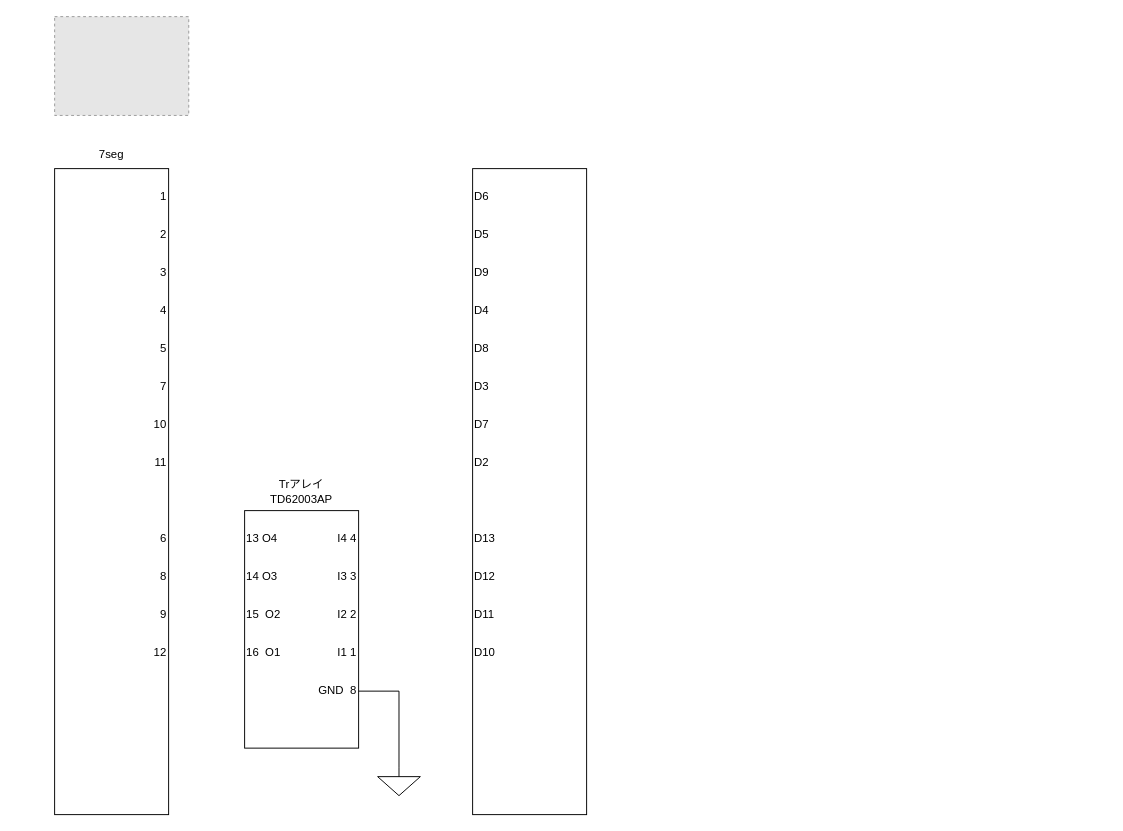
The draw.io diagram 精密温度計.drawio in sugn74/profile, before the edit. Source tidied: cells renumbered, new cells numbered last; positions are measured from the earlier drawing's top-left corner, leaving out a move shared by most shapes. Both pictures are drawn from the tidied source at 95%, with x=0, y=0 at pixel (54, 16). Pictures stored in the file or linked from it are replaced by grey dashed boxes.
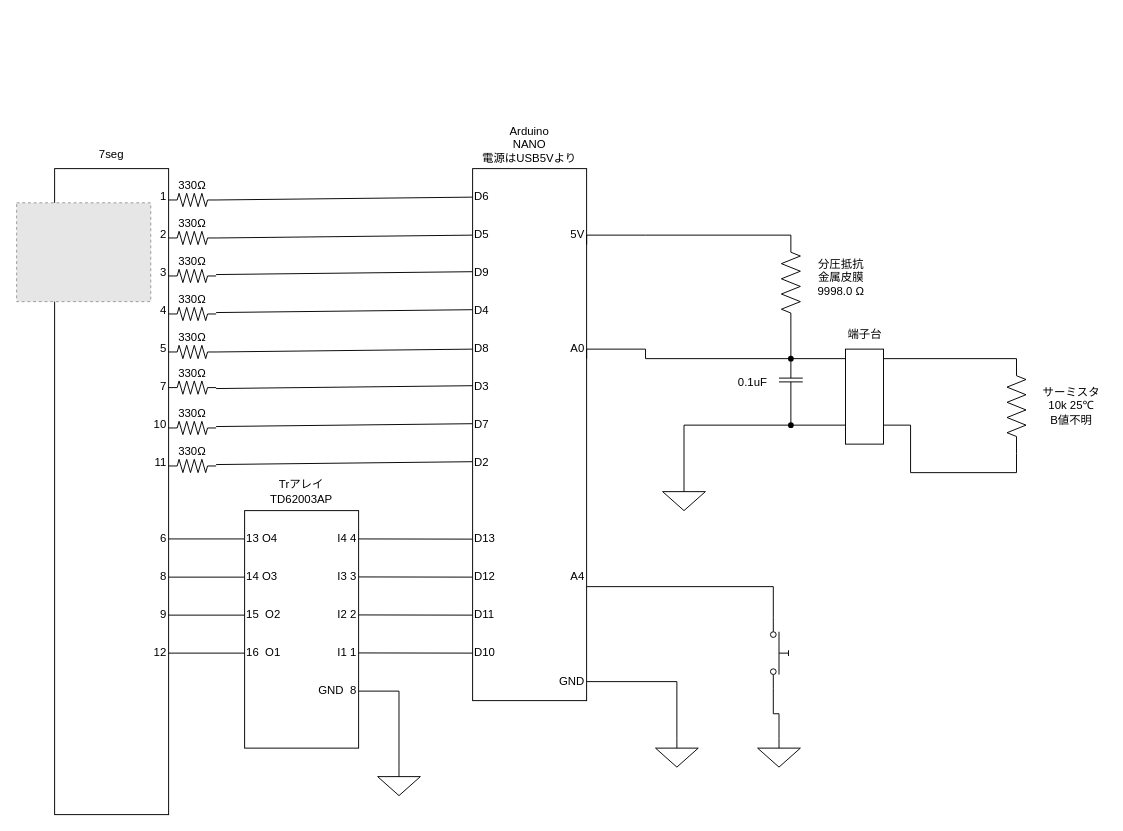
The same page after the edit.

Commit message (it also covers changes not shown here):
精密温度計.drawio を更新

Unchanged cells that the change refers to:
```xml
<mxCell id="10" value="8" style="text;html=1;whiteSpace=wrap;strokeColor=none;fillColor=none;align=right;verticalAlign=middle;rounded=0;" parent="1" vertex="1">
  <mxGeometry x="60" y="580" width="60" height="20" as="geometry" />
</mxCell>
<mxCell id="11" value="9" style="text;html=1;whiteSpace=wrap;strokeColor=none;fillColor=none;align=right;verticalAlign=middle;rounded=0;" parent="1" vertex="1">
  <mxGeometry x="60" y="620" width="60" height="20" as="geometry" />
</mxCell>
<mxCell id="14" value="12" style="text;html=1;whiteSpace=wrap;strokeColor=none;fillColor=none;align=right;verticalAlign=middle;rounded=0;" parent="1" vertex="1">
  <mxGeometry x="60" y="660" width="60" height="20" as="geometry" />
</mxCell>
<mxCell id="18" value="D6" style="text;html=1;whiteSpace=wrap;strokeColor=none;fillColor=none;align=left;verticalAlign=middle;rounded=0;" parent="1" vertex="1">
  <mxGeometry x="440" y="180" width="60" height="20" as="geometry" />
</mxCell>
<mxCell id="22" value="D8" style="text;html=1;whiteSpace=wrap;strokeColor=none;fillColor=none;align=left;verticalAlign=middle;rounded=0;" parent="1" vertex="1">
  <mxGeometry x="440" y="340" width="60" height="20" as="geometry" />
</mxCell>
<mxCell id="23" value="D13" style="text;html=1;whiteSpace=wrap;strokeColor=none;fillColor=none;align=left;verticalAlign=middle;rounded=0;" parent="1" vertex="1">
  <mxGeometry x="440" y="540" width="60" height="20" as="geometry" />
</mxCell>
<mxCell id="32" value="16&amp;nbsp; O1" style="text;html=1;whiteSpace=wrap;strokeColor=none;fillColor=none;align=left;verticalAlign=middle;rounded=0;" parent="1" vertex="1">
  <mxGeometry x="200" y="660" width="60" height="20" as="geometry" />
</mxCell>
<mxCell id="34" value="15&amp;nbsp; O2" style="text;html=1;whiteSpace=wrap;strokeColor=none;fillColor=none;align=left;verticalAlign=middle;rounded=0;" parent="1" vertex="1">
  <mxGeometry x="200" y="620" width="60" height="20" as="geometry" />
</mxCell>
<mxCell id="36" value="14 O3" style="text;html=1;whiteSpace=wrap;strokeColor=none;fillColor=none;align=left;verticalAlign=middle;rounded=0;" parent="1" vertex="1">
  <mxGeometry x="200" y="580" width="60" height="20" as="geometry" />
</mxCell>
```

The edit, as a diff of the source:
```diff
@@
     <mxCell id="15" style="fillColor=#E6E6E6;strokeColor=#999999;dashed=1;verticalLabelPosition=bottom;verticalAlign=top;" parent="1" vertex="1">
-      <mxGeometry width="141.2" height="104" as="geometry" />
+      <mxGeometry x="-40" y="196" width="141.2" height="104" as="geometry" />
     </mxCell>
@@
     <mxCell id="17" style="rounded=0;whiteSpace=wrap;html=1;align=left;" parent="1" vertex="1">
-      <mxGeometry x="440" y="160" width="120" height="680" as="geometry" />
+      <mxGeometry x="440" y="160" width="120" height="560" as="geometry" />
     </mxCell>
@@
+    <mxCell id="43" value="A0" style="text;html=1;whiteSpace=wrap;strokeColor=none;fillColor=none;align=right;verticalAlign=middle;rounded=0;" parent="1" vertex="1">
+      <mxGeometry x="500" y="340" width="60" height="20" as="geometry" />
+    </mxCell>
+    <mxCell id="44" style="verticalLabelPosition=bottom;shadow=0;dashed=0;align=center;html=1;verticalAlign=top;shape=mxgraph.electrical.signal_sources.signal_ground;" parent="1" vertex="1">
+      <mxGeometry x="640" y="490" width="45" height="30" as="geometry" />
+    </mxCell>
+    <mxCell id="45" value="5V" style="text;html=1;whiteSpace=wrap;strokeColor=none;fillColor=none;align=right;verticalAlign=middle;rounded=0;" parent="1" vertex="1">
+      <mxGeometry x="500" y="220" width="60" height="20" as="geometry" />
+    </mxCell>
+    <mxCell id="46" style="verticalLabelPosition=bottom;shadow=0;dashed=0;align=center;html=1;verticalAlign=top;shape=mxgraph.electrical.resistors.resistor_2;direction=south;" parent="1" vertex="1">
+      <mxGeometry x="1002.5" y="360" width="20" height="100" as="geometry" />
+    </mxCell>
+    <mxCell id="47" style="edgeStyle=orthogonalEdgeStyle;rounded=0;jettySize=auto;html=1;exitX=1;exitY=0.5;exitDx=0;exitDy=0;entryX=0;entryY=0.5;entryDx=0;entryDy=0;entryPerimeter=0;endArrow=none;endFill=0;" parent="1" edge="1" target="46">
+      <mxGeometry relative="1" as="geometry">
+        <mxPoint x="560" y="360" as="sourcePoint" />
+        <Array as="points">
+          <mxPoint x="560" y="350" />
+          <mxPoint x="622" y="350" />
+        </Array>
+      </mxGeometry>
+    </mxCell>
+    <mxCell id="48" style="verticalLabelPosition=bottom;shadow=0;dashed=0;align=center;html=1;verticalAlign=top;shape=mxgraph.electrical.resistors.resistor_2;direction=south;" parent="1" vertex="1">
+      <mxGeometry x="765" y="230" width="20" height="100" as="geometry" />
+    </mxCell>
+    <mxCell id="49" style="edgeStyle=orthogonalEdgeStyle;rounded=0;jettySize=auto;html=1;exitX=1;exitY=0.5;exitDx=0;exitDy=0;endArrow=none;endFill=0;entryX=0;entryY=0.5;entryDx=0;entryDy=0;entryPerimeter=0;" parent="1" edge="1" target="48">
+      <mxGeometry relative="1" as="geometry">
+        <mxPoint x="560" y="240" as="sourcePoint" />
+        <Array as="points">
+          <mxPoint x="560" y="230" />
+          <mxPoint x="622" y="230" />
+        </Array>
+      </mxGeometry>
+    </mxCell>
+    <mxCell id="50" value="&lt;div&gt;分圧抵抗&lt;/div&gt;&lt;div&gt;金属皮膜&lt;/div&gt;&lt;div&gt;9998.0 Ω&lt;/div&gt;" style="text;html=1;whiteSpace=wrap;strokeColor=none;fillColor=none;align=center;verticalAlign=middle;rounded=0;" parent="1" vertex="1">
+      <mxGeometry x="797.5" y="260" width="60" height="30" as="geometry" />
+    </mxCell>
+    <mxCell id="51" value="&lt;div&gt;サーミスタ&lt;/div&gt;&lt;div&gt;10k 25℃&lt;/div&gt;&lt;div&gt;B値不明&lt;/div&gt;" style="text;html=1;whiteSpace=wrap;strokeColor=none;fillColor=none;align=center;verticalAlign=middle;rounded=0;" parent="1" vertex="1">
+      <mxGeometry x="1032.5" y="395" width="75" height="30" as="geometry" />
+    </mxCell>
+    <mxCell id="52" value="A4" style="text;html=1;whiteSpace=wrap;strokeColor=none;fillColor=none;align=right;verticalAlign=middle;rounded=0;" parent="1" vertex="1">
+      <mxGeometry x="500" y="580" width="60" height="20" as="geometry" />
+    </mxCell>
+    <mxCell id="53" style="verticalLabelPosition=bottom;shadow=0;dashed=0;align=center;html=1;verticalAlign=top;shape=mxgraph.electrical.signal_sources.signal_ground;" parent="1" vertex="1">
+      <mxGeometry x="740" y="760" width="45" height="30" as="geometry" />
+    </mxCell>
+    <mxCell id="54" style="html=1;shape=mxgraph.electrical.electro-mechanical.pushbutton;elSwitchState=off;direction=south;" parent="1" vertex="1">
+      <mxGeometry x="752.5" y="632.5" width="20" height="75" as="geometry" />
+    </mxCell>
+    <mxCell id="55" style="rounded=0;jettySize=auto;html=1;entryX=1;entryY=1;entryDx=0;entryDy=0;edgeStyle=orthogonalEdgeStyle;endArrow=none;endFill=0;exitX=0;exitY=0.8;exitDx=0;exitDy=0;" parent="1" edge="1" source="54" target="52">
+      <mxGeometry relative="1" as="geometry">
+        <Array as="points">
+          <mxPoint x="757" y="600" />
+        </Array>
+      </mxGeometry>
+    </mxCell>
+    <mxCell id="56" style="edgeStyle=orthogonalEdgeStyle;rounded=0;jettySize=auto;html=1;exitX=1;exitY=0.8;exitDx=0;exitDy=0;entryX=0.5;entryY=0;entryDx=0;entryDy=0;entryPerimeter=0;endArrow=none;endFill=0;" parent="1" edge="1" source="54" target="53">
+      <mxGeometry relative="1" as="geometry" />
+    </mxCell>
+    <mxCell id="57" value="&lt;div&gt;Arduino&lt;/div&gt;&lt;div&gt;NANO&lt;/div&gt;&lt;div&gt;電源はUSB5Vより&lt;/div&gt;" style="text;html=1;whiteSpace=wrap;strokeColor=none;fillColor=none;align=center;verticalAlign=middle;rounded=0;" parent="1" vertex="1">
+      <mxGeometry x="440" y="120" width="120" height="30" as="geometry" />
+    </mxCell>
+    <mxCell id="58" style="endArrow=none;html=1;rounded=0;exitX=1;exitY=0.5;exitDx=0;exitDy=0;entryX=0;entryY=0.5;entryDx=0;entryDy=0;" parent="1" edge="1" source="14" target="32">
+      <mxGeometry relative="1" as="geometry" />
+    </mxCell>
+    <mxCell id="59" style="endArrow=none;html=1;rounded=0;exitX=1;exitY=0.5;exitDx=0;exitDy=0;entryX=0;entryY=0.5;entryDx=0;entryDy=0;" parent="1" edge="1" source="11" target="34">
+      <mxGeometry relative="1" as="geometry" />
+    </mxCell>
+    <mxCell id="60" style="endArrow=none;html=1;rounded=0;exitX=1;exitY=0.5;exitDx=0;exitDy=0;entryX=0;entryY=0.5;entryDx=0;entryDy=0;" parent="1" edge="1" source="10" target="36">
+      <mxGeometry relative="1" as="geometry" />
+    </mxCell>
+    <mxCell id="61" style="endArrow=none;html=1;rounded=0;exitX=1;exitY=0.5;exitDx=0;exitDy=0;entryX=0;entryY=0.5;entryDx=0;entryDy=0;" parent="1" edge="1">
+      <mxGeometry relative="1" as="geometry">
+        <mxPoint x="120" y="549.8" as="sourcePoint" />
+        <mxPoint x="200" y="549.8" as="targetPoint" />
+      </mxGeometry>
+    </mxCell>
+    <mxCell id="62" style="endArrow=none;html=1;rounded=0;exitX=1;exitY=0.5;exitDx=0;exitDy=0;entryX=0;entryY=0.5;entryDx=0;entryDy=0;" parent="1" edge="1" target="23">
+      <mxGeometry relative="1" as="geometry">
+        <mxPoint x="320" y="549.8" as="sourcePoint" />
+      </mxGeometry>
+    </mxCell>
+    <mxCell id="63" style="endArrow=none;html=1;rounded=0;exitX=1;exitY=0.5;exitDx=0;exitDy=0;entryX=0;entryY=0.5;entryDx=0;entryDy=0;" parent="1" edge="1">
+      <mxGeometry relative="1" as="geometry">
+        <mxPoint x="320" y="589.8" as="sourcePoint" />
+        <mxPoint x="440" y="590" as="targetPoint" />
+      </mxGeometry>
+    </mxCell>
+    <mxCell id="64" style="endArrow=none;html=1;rounded=0;exitX=1;exitY=0.5;exitDx=0;exitDy=0;entryX=0;entryY=0.5;entryDx=0;entryDy=0;" parent="1" edge="1">
+      <mxGeometry relative="1" as="geometry">
+        <mxPoint x="320" y="629.8" as="sourcePoint" />
+        <mxPoint x="440" y="630" as="targetPoint" />
+      </mxGeometry>
+    </mxCell>
+    <mxCell id="65" style="endArrow=none;html=1;rounded=0;exitX=1;exitY=0.5;exitDx=0;exitDy=0;entryX=0;entryY=0.5;entryDx=0;entryDy=0;" parent="1" edge="1">
+      <mxGeometry relative="1" as="geometry">
+        <mxPoint x="320" y="669.8" as="sourcePoint" />
+        <mxPoint x="440" y="670" as="targetPoint" />
+      </mxGeometry>
+    </mxCell>
+    <mxCell id="66" value="GND" style="text;html=1;whiteSpace=wrap;strokeColor=none;fillColor=none;align=right;verticalAlign=middle;rounded=0;" parent="1" vertex="1">
+      <mxGeometry x="500" y="690" width="60" height="20" as="geometry" />
+    </mxCell>
+    <mxCell id="67" style="verticalLabelPosition=bottom;shadow=0;dashed=0;align=center;html=1;verticalAlign=top;shape=mxgraph.electrical.signal_sources.signal_ground;" parent="1" vertex="1">
+      <mxGeometry x="632.5" y="760" width="45" height="30" as="geometry" />
+    </mxCell>
+    <mxCell id="68" style="endArrow=none;html=1;rounded=0;entryX=0.5;entryY=0;entryDx=0;entryDy=0;entryPerimeter=0;exitX=1;exitY=0.5;exitDx=0;exitDy=0;" parent="1" edge="1" source="66" target="67">
+      <mxGeometry relative="1" as="geometry">
+        <Array as="points">
+          <mxPoint x="655" y="700" />
+        </Array>
+      </mxGeometry>
+    </mxCell>
+    <mxCell id="69" style="edgeStyle=orthogonalEdgeStyle;rounded=0;jettySize=auto;html=1;exitX=0.5;exitY=0;exitDx=0;exitDy=0;exitPerimeter=0;entryX=1;entryY=0.5;entryDx=0;entryDy=0;entryPerimeter=0;endArrow=none;endFill=0;" parent="1" edge="1" source="44" target="46">
+      <mxGeometry relative="1" as="geometry">
+        <Array as="points">
+          <mxPoint x="663" y="430" />
+          <mxPoint x="901" y="430" />
+          <mxPoint x="901" y="480" />
+          <mxPoint x="1013" y="480" />
+        </Array>
+      </mxGeometry>
+    </mxCell>
+    <mxCell id="70" style="rounded=0;whiteSpace=wrap;html=1;" parent="1" vertex="1">
+      <mxGeometry x="832.5" y="350" width="40" height="100" as="geometry" />
+    </mxCell>
+    <mxCell id="71" value="端子台" style="text;html=1;whiteSpace=wrap;strokeColor=none;fillColor=none;align=center;verticalAlign=middle;rounded=0;" parent="1" vertex="1">
+      <mxGeometry x="822.5" y="320" width="60" height="30" as="geometry" />
+    </mxCell>
+    <mxCell id="72" style="verticalLabelPosition=bottom;shadow=0;dashed=0;align=center;html=1;verticalAlign=top;shape=mxgraph.electrical.capacitors.capacitor_1;rotation=90;" parent="1" vertex="1">
+      <mxGeometry x="755" y="370" width="40" height="25" as="geometry" />
+    </mxCell>
+    <mxCell id="73" style="endArrow=none;html=1;rounded=0;entryX=1;entryY=0.5;entryDx=0;entryDy=0;entryPerimeter=0;" parent="1" edge="1" source="75" target="48">
+      <mxGeometry relative="1" as="geometry" />
+    </mxCell>
+    <mxCell id="74" style="endArrow=none;html=1;rounded=0;entryDx=0;entryDy=0;entryPerimeter=0;" parent="1" edge="1" target="75">
+      <mxGeometry relative="1" as="geometry">
+        <mxPoint x="775" y="360" as="sourcePoint" />
+      </mxGeometry>
+    </mxCell>
+    <mxCell id="75" style="shape=waypoint;sketch=0;size=6;points=[];fillColor=none;perimeter=centerPerimeter;snapToPoint=1;" parent="1" vertex="1">
+      <mxGeometry x="765" y="350" width="20" height="20" as="geometry" />
+    </mxCell>
+    <mxCell id="76" style="shape=waypoint;sketch=0;size=6;points=[];fillColor=none;perimeter=centerPerimeter;snapToPoint=1;" parent="1" vertex="1">
+      <mxGeometry x="765" y="420" width="20" height="20" as="geometry" />
+    </mxCell>
+    <mxCell id="77" style="endArrow=none;html=1;rounded=0;entryX=1;entryY=0.5;entryDx=0;entryDy=0;entryPerimeter=0;" parent="1" edge="1" source="76" target="72">
+      <mxGeometry relative="1" as="geometry" />
+    </mxCell>
+    <mxCell id="78" value="0.1uF" style="text;html=1;whiteSpace=wrap;strokeColor=none;fillColor=none;align=center;verticalAlign=middle;rounded=0;" parent="1" vertex="1">
+      <mxGeometry x="705" y="370" width="60" height="30" as="geometry" />
+    </mxCell>
+    <mxCell id="79" style="verticalLabelPosition=bottom;shadow=0;dashed=0;align=center;html=1;verticalAlign=top;shape=mxgraph.electrical.resistors.resistor_2;" parent="1" vertex="1">
+      <mxGeometry x="120" y="186" width="50" height="14" as="geometry" />
+    </mxCell>
+    <mxCell id="80" value="330Ω" style="text;html=1;whiteSpace=wrap;strokeColor=none;fillColor=none;align=center;verticalAlign=middle;rounded=0;" parent="1" vertex="1">
+      <mxGeometry x="120" y="170" width="50" height="16" as="geometry" />
+    </mxCell>
+    <mxCell id="81" style="verticalLabelPosition=bottom;shadow=0;dashed=0;align=center;html=1;verticalAlign=top;shape=mxgraph.electrical.resistors.resistor_2;" parent="1" vertex="1">
+      <mxGeometry x="120" y="226" width="50" height="14" as="geometry" />
+    </mxCell>
+    <mxCell id="82" value="330Ω" style="text;html=1;whiteSpace=wrap;strokeColor=none;fillColor=none;align=center;verticalAlign=middle;rounded=0;" parent="1" vertex="1">
+      <mxGeometry x="120" y="210" width="50" height="16" as="geometry" />
+    </mxCell>
+    <mxCell id="83" style="verticalLabelPosition=bottom;shadow=0;dashed=0;align=center;html=1;verticalAlign=top;shape=mxgraph.electrical.resistors.resistor_2;" parent="1" vertex="1">
+      <mxGeometry x="120" y="266" width="50" height="14" as="geometry" />
+    </mxCell>
+    <mxCell id="84" value="330Ω" style="text;html=1;whiteSpace=wrap;strokeColor=none;fillColor=none;align=center;verticalAlign=middle;rounded=0;" parent="1" vertex="1">
+      <mxGeometry x="120" y="250" width="50" height="16" as="geometry" />
+    </mxCell>
+    <mxCell id="85" style="verticalLabelPosition=bottom;shadow=0;dashed=0;align=center;html=1;verticalAlign=top;shape=mxgraph.electrical.resistors.resistor_2;" parent="1" vertex="1">
+      <mxGeometry x="120" y="306" width="50" height="14" as="geometry" />
+    </mxCell>
+    <mxCell id="86" value="330Ω" style="text;html=1;whiteSpace=wrap;strokeColor=none;fillColor=none;align=center;verticalAlign=middle;rounded=0;" parent="1" vertex="1">
+      <mxGeometry x="120" y="290" width="50" height="16" as="geometry" />
+    </mxCell>
+    <mxCell id="87" style="verticalLabelPosition=bottom;shadow=0;dashed=0;align=center;html=1;verticalAlign=top;shape=mxgraph.electrical.resistors.resistor_2;" parent="1" vertex="1">
+      <mxGeometry x="120" y="346" width="50" height="14" as="geometry" />
+    </mxCell>
+    <mxCell id="88" value="330Ω" style="text;html=1;whiteSpace=wrap;strokeColor=none;fillColor=none;align=center;verticalAlign=middle;rounded=0;" parent="1" vertex="1">
+      <mxGeometry x="120" y="330" width="50" height="16" as="geometry" />
+    </mxCell>
+    <mxCell id="89" style="verticalLabelPosition=bottom;shadow=0;dashed=0;align=center;html=1;verticalAlign=top;shape=mxgraph.electrical.resistors.resistor_2;" parent="1" vertex="1">
+      <mxGeometry x="120" y="383.5" width="50" height="14" as="geometry" />
+    </mxCell>
+    <mxCell id="90" value="330Ω" style="text;html=1;whiteSpace=wrap;strokeColor=none;fillColor=none;align=center;verticalAlign=middle;rounded=0;" parent="1" vertex="1">
+      <mxGeometry x="120" y="367.5" width="50" height="16" as="geometry" />
+    </mxCell>
+    <mxCell id="91" style="verticalLabelPosition=bottom;shadow=0;dashed=0;align=center;html=1;verticalAlign=top;shape=mxgraph.electrical.resistors.resistor_2;" parent="1" vertex="1">
+      <mxGeometry x="120" y="426" width="50" height="14" as="geometry" />
+    </mxCell>
+    <mxCell id="92" value="330Ω" style="text;html=1;whiteSpace=wrap;strokeColor=none;fillColor=none;align=center;verticalAlign=middle;rounded=0;" parent="1" vertex="1">
+      <mxGeometry x="120" y="410" width="50" height="16" as="geometry" />
+    </mxCell>
+    <mxCell id="93" style="verticalLabelPosition=bottom;shadow=0;dashed=0;align=center;html=1;verticalAlign=top;shape=mxgraph.electrical.resistors.resistor_2;" parent="1" vertex="1">
+      <mxGeometry x="120" y="466" width="50" height="14" as="geometry" />
+    </mxCell>
+    <mxCell id="94" value="330Ω" style="text;html=1;whiteSpace=wrap;strokeColor=none;fillColor=none;align=center;verticalAlign=middle;rounded=0;" parent="1" vertex="1">
+      <mxGeometry x="120" y="450" width="50" height="16" as="geometry" />
+    </mxCell>
+    <mxCell id="95" style="endArrow=none;html=1;rounded=0;exitX=1;exitY=0.5;exitDx=0;exitDy=0;exitPerimeter=0;entryX=0;entryY=0.5;entryDx=0;entryDy=0;" parent="1" edge="1" source="79" target="18">
+      <mxGeometry relative="1" as="geometry" />
+    </mxCell>
+    <mxCell id="96" style="endArrow=none;html=1;rounded=0;exitX=1;exitY=0.5;exitDx=0;exitDy=0;exitPerimeter=0;entryX=0;entryY=0.5;entryDx=0;entryDy=0;" parent="1" edge="1">
+      <mxGeometry relative="1" as="geometry">
+        <mxPoint x="170" y="233" as="sourcePoint" />
+        <mxPoint x="440" y="230" as="targetPoint" />
+      </mxGeometry>
+    </mxCell>
+    <mxCell id="97" style="endArrow=none;html=1;rounded=0;exitX=1;exitY=0.5;exitDx=0;exitDy=0;exitPerimeter=0;entryX=0;entryY=0.5;entryDx=0;entryDy=0;" parent="1" edge="1">
+      <mxGeometry relative="1" as="geometry">
+        <mxPoint x="170" y="271.5" as="sourcePoint" />
+        <mxPoint x="440" y="268.5" as="targetPoint" />
+      </mxGeometry>
+    </mxCell>
+    <mxCell id="98" style="endArrow=none;html=1;rounded=0;exitX=1;exitY=0.5;exitDx=0;exitDy=0;exitPerimeter=0;entryX=0;entryY=0.5;entryDx=0;entryDy=0;" parent="1" edge="1">
+      <mxGeometry relative="1" as="geometry">
+        <mxPoint x="170" y="311.5" as="sourcePoint" />
+        <mxPoint x="440" y="308.5" as="targetPoint" />
+      </mxGeometry>
+    </mxCell>
+    <mxCell id="99" style="endArrow=none;html=1;rounded=0;exitX=1;exitY=0.5;exitDx=0;exitDy=0;exitPerimeter=0;entryX=0;entryY=0.5;entryDx=0;entryDy=0;" parent="1" edge="1" source="87" target="22">
+      <mxGeometry relative="1" as="geometry" />
+    </mxCell>
+    <mxCell id="100" style="endArrow=none;html=1;rounded=0;exitX=1;exitY=0.5;exitDx=0;exitDy=0;exitPerimeter=0;entryX=0;entryY=0.5;entryDx=0;entryDy=0;" parent="1" edge="1">
+      <mxGeometry relative="1" as="geometry">
+        <mxPoint x="170" y="391.5" as="sourcePoint" />
+        <mxPoint x="440" y="388.5" as="targetPoint" />
+      </mxGeometry>
+    </mxCell>
+    <mxCell id="101" style="endArrow=none;html=1;rounded=0;exitX=1;exitY=0.5;exitDx=0;exitDy=0;exitPerimeter=0;entryX=0;entryY=0.5;entryDx=0;entryDy=0;" parent="1" edge="1">
+      <mxGeometry relative="1" as="geometry">
+        <mxPoint x="170" y="431.5" as="sourcePoint" />
+        <mxPoint x="440" y="428.5" as="targetPoint" />
+      </mxGeometry>
+    </mxCell>
+    <mxCell id="102" style="endArrow=none;html=1;rounded=0;exitX=1;exitY=0.5;exitDx=0;exitDy=0;exitPerimeter=0;entryX=0;entryY=0.5;entryDx=0;entryDy=0;" parent="1" edge="1">
+      <mxGeometry relative="1" as="geometry">
+        <mxPoint x="170" y="471.5" as="sourcePoint" />
+        <mxPoint x="440" y="468.5" as="targetPoint" />
+      </mxGeometry>
+    </mxCell>
```
